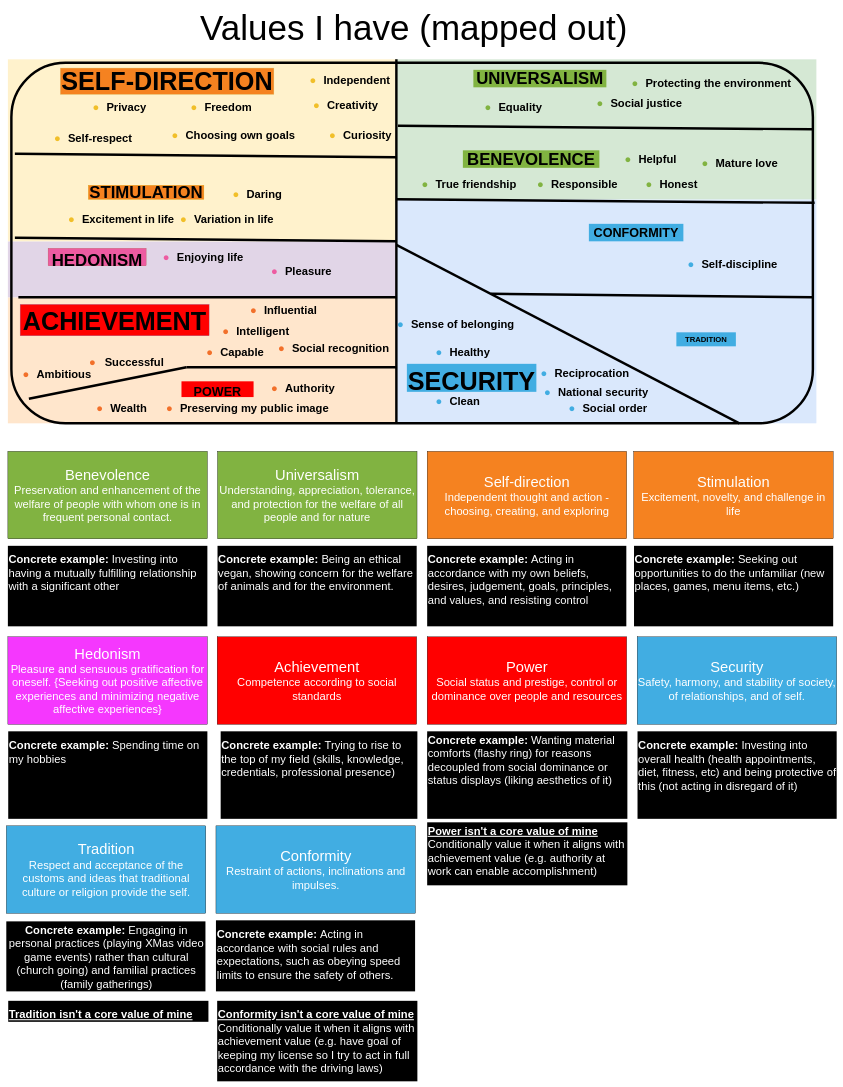
This is live_diagram.drawio from ProjectsKoryHasWorkedOn/2026_Modelling_Values, a draw.io file, before an edit. Source tidied: cells renumbered, new cells numbered last; positions are measured from the earlier drawing's top-left corner, leaving out a move shared by most shapes. Both pictures are drawn from the tidied source at 35%, with x=0, y=0 at pixel (6, 9).
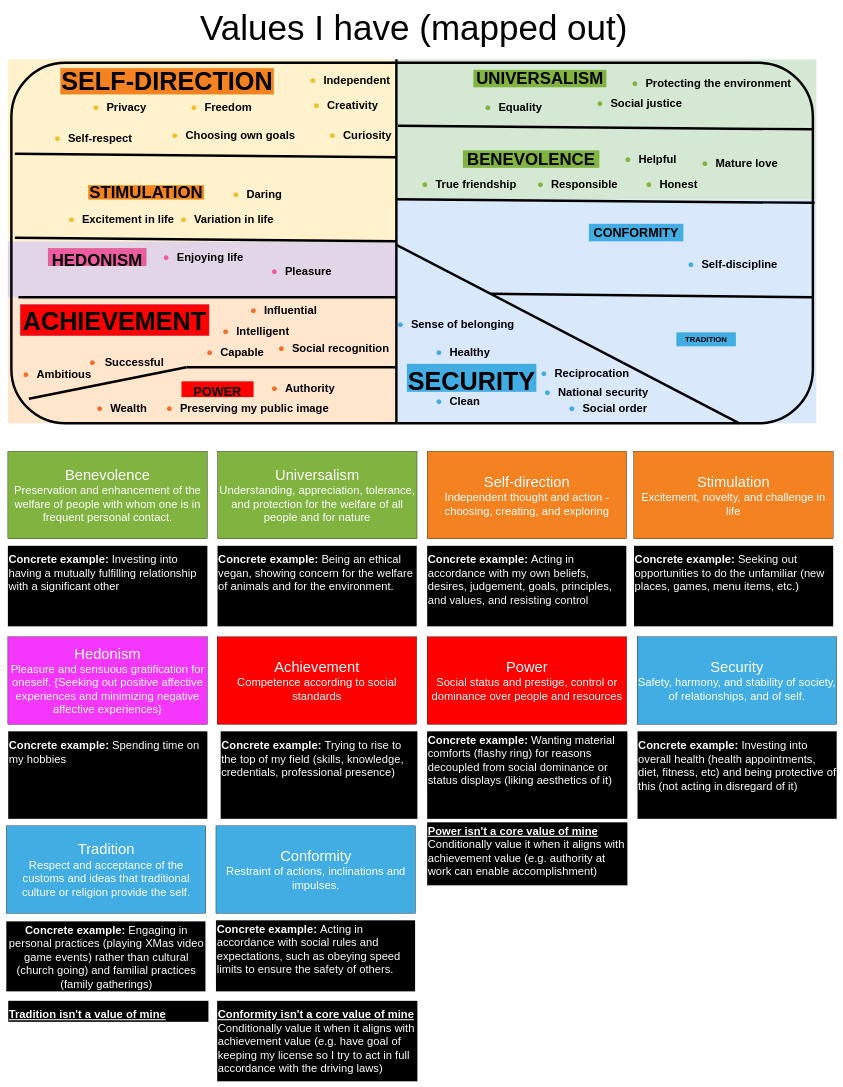
After the change.

What changed in the source:
```diff
@@
-    <mxCell id="115" value="&lt;font style=&quot;color: rgb(255, 255, 255); background-color: rgb(0, 0, 0);&quot;&gt;&lt;br style=&quot;forced-color-adjust: none; font-family: Helvetica; font-size: 32px; font-style: normal; font-variant-ligatures: normal; font-variant-caps: normal; font-weight: 400; letter-spacing: normal; orphans: 2; text-align: center; text-indent: 0px; text-transform: none; widows: 2; word-spacing: 0px; -webkit-text-stroke-width: 0px; white-space: normal; text-decoration-thickness: initial; text-decoration-style: initial; text-decoration-color: initial; color: rgb(255, 255, 255);&quot;&gt;&lt;span style=&quot;forced-color-adjust: none; font-family: Helvetica; font-size: 32px; font-style: normal; font-variant-ligatures: normal; font-variant-caps: normal; letter-spacing: normal; orphans: 2; text-align: center; text-indent: 0px; text-transform: none; widows: 2; word-spacing: 0px; -webkit-text-stroke-width: 0px; white-space: normal; text-decoration-thickness: initial; text-decoration-style: initial; text-decoration-color: initial; color: rgb(255, 255, 255);&quot;&gt;&lt;b&gt;Concrete example: &lt;/b&gt;Acting in accordance with social rules and expectations, such as obeying speed limits to ensure the safety of others.&amp;nbsp;&lt;/span&gt;&lt;/font&gt;" style="text;whiteSpace=wrap;html=1;fillColor=#000000;" parent="1" vertex="1">
+    <mxCell id="115" value="&lt;font style=&quot;color: rgb(255, 255, 255); background-color: rgb(0, 0, 0);&quot;&gt;&lt;span style=&quot;forced-color-adjust: none; font-family: Helvetica; font-size: 32px; font-style: normal; font-variant-ligatures: normal; font-variant-caps: normal; letter-spacing: normal; orphans: 2; text-align: center; text-indent: 0px; text-transform: none; widows: 2; word-spacing: 0px; -webkit-text-stroke-width: 0px; white-space: normal; text-decoration-thickness: initial; text-decoration-style: initial; text-decoration-color: initial; color: rgb(255, 255, 255);&quot;&gt;&lt;b&gt;Concrete example: &lt;/b&gt;Acting in accordance with social rules and expectations, such as obeying speed limits to ensure the safety of others.&amp;nbsp;&lt;/span&gt;&lt;/font&gt;" style="text;whiteSpace=wrap;html=1;fillColor=#000000;" parent="1" vertex="1">
       <mxGeometry x="598.5" y="2602" width="569" height="203" as="geometry" />
     </mxCell>
@@
-    <mxCell id="120" value="&lt;br&gt;&lt;div&gt;&lt;u style=&quot;color: rgb(255, 255, 255); font-size: 32px; font-weight: 700; text-align: center;&quot;&gt;Tradition isn't a core value of mine&lt;/u&gt;&lt;/div&gt;" style="text;whiteSpace=wrap;html=1;fillColor=#000000;" parent="1" vertex="1">
+    <mxCell id="120" value="&lt;br&gt;&lt;div&gt;&lt;u style=&quot;color: rgb(255, 255, 255); font-size: 32px; font-weight: 700; text-align: center;&quot;&gt;Tradition isn't a value of mine&lt;/u&gt;&lt;/div&gt;" style="text;whiteSpace=wrap;html=1;fillColor=#000000;" parent="1" vertex="1">
       <mxGeometry x="5" y="2832" width="572" height="60" as="geometry" />
     </mxCell>
```
